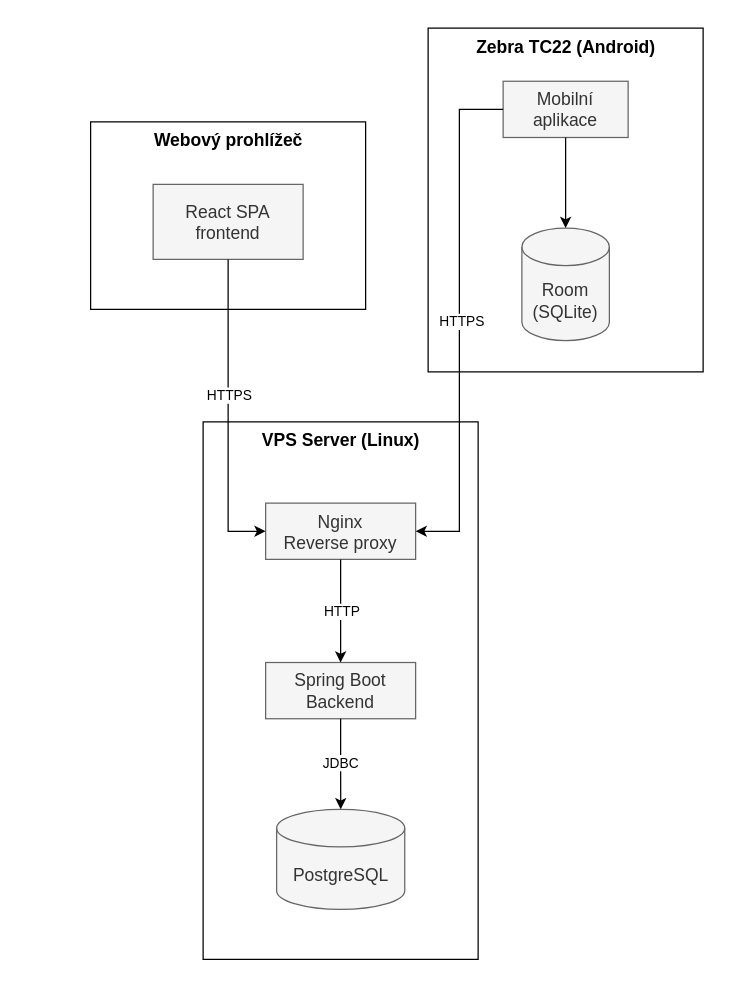
This is thesis/diagrams/system-architecture.drawio from ondrasovka04/majetek, a draw.io file, before an edit. Source tidied: cells renumbered, new cells numbered last; positions are measured from the earlier drawing's top-left corner, leaving out a move shared by most shapes. Both pictures are drawn from the tidied source at 125%, with x=0, y=0 at pixel (90, 21).
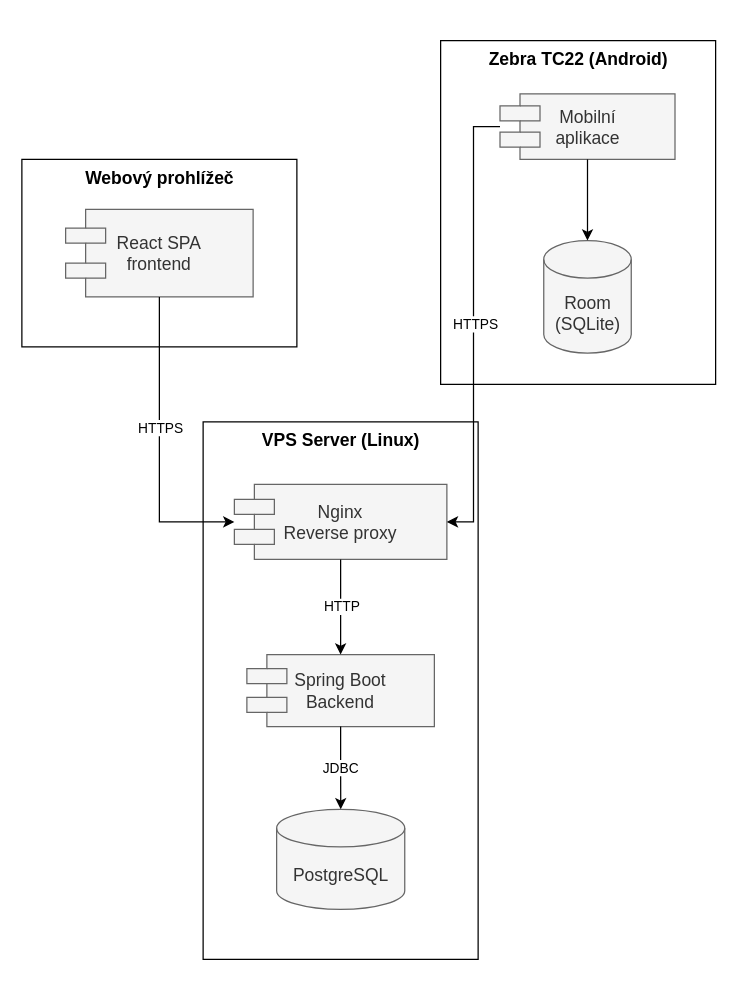
The same page after the edit.

Unchanged cells that the change refers to:
```xml
<mxCell id="12" style="group;" parent="1" vertex="1">
  <mxGeometry x="90" y="320" width="220" height="430" as="geometry" />
</mxCell>
```

Change to the diagram source:
```diff
@@
-    <mxCell id="2" style="group;" parent="1" vertex="1">
-      <mxGeometry x="270" width="220" height="280" as="geometry" />
+    <mxCell id="2" style="group;shape=component;" parent="1" vertex="1">
+      <mxGeometry x="280" y="10" width="220" height="280" as="geometry" />
     </mxCell>
@@
-    <mxCell id="5" value="&lt;span style=&quot;font-size: 14px;&quot;&gt;Mobilní&lt;/span&gt;&lt;div&gt;&lt;span style=&quot;font-size: 14px;&quot;&gt;aplikace&lt;/span&gt;&lt;/div&gt;" style="rounded=0;whiteSpace=wrap;html=1;fillColor=#f5f5f5;fontColor=#333333;strokeColor=#666666;" parent="2" vertex="1">
-      <mxGeometry x="60" y="47.5" width="100" height="45" as="geometry" />
+    <mxCell id="5" value="&lt;span style=&quot;font-size: 14px;&quot;&gt;Mobilní&lt;/span&gt;&lt;div&gt;&lt;span style=&quot;font-size: 14px;&quot;&gt;aplikace&lt;/span&gt;&lt;/div&gt;" style="rounded=0;whiteSpace=wrap;html=1;fillColor=#f5f5f5;fontColor=#333333;strokeColor=#666666;shape=component;" parent="2" vertex="1">
+      <mxGeometry x="47.5" y="47.5" width="140" height="52.5" as="geometry" />
     </mxCell>
     <mxCell id="6" value="&lt;font style=&quot;font-size: 14px;&quot;&gt;Room&lt;/font&gt;&lt;div&gt;&lt;font style=&quot;font-size: 14px;&quot;&gt;(SQLite)&lt;/font&gt;&lt;/div&gt;" style="shape=cylinder3;whiteSpace=wrap;html=1;boundedLbl=1;backgroundOutline=1;size=15;fillColor=#f5f5f5;fontColor=#333333;strokeColor=#666666;" parent="2" vertex="1">
-      <mxGeometry x="75" y="165" width="70" height="90" as="geometry" />
+      <mxGeometry x="82.5" y="165" width="70" height="90" as="geometry" />
     </mxCell>
@@
     <mxCell id="8" style="group;" parent="1" vertex="1">
-      <mxGeometry y="80" width="220" height="150" as="geometry" />
+      <mxGeometry x="-40" y="110" width="220" height="150" as="geometry" />
     </mxCell>
     <mxCell id="9" style="rounded=0;whiteSpace=wrap;html=1;align=center;" parent="8" vertex="1">
-      <mxGeometry width="220" height="150" as="geometry" />
+      <mxGeometry x="-15" width="220" height="150" as="geometry" />
     </mxCell>
     <mxCell id="10" value="&lt;b&gt;&lt;font style=&quot;font-size: 14px;&quot;&gt;Webový prohlížeč&lt;/font&gt;&lt;/b&gt;" style="text;html=1;whiteSpace=wrap;strokeColor=none;fillColor=none;align=center;verticalAlign=middle;rounded=0;" parent="8" vertex="1">
-      <mxGeometry x="32.5" width="155" height="30" as="geometry" />
+      <mxGeometry x="17.5" width="155" height="30" as="geometry" />
     </mxCell>
-    <mxCell id="11" value="&lt;font style=&quot;font-size: 14px;&quot;&gt;React SPA&lt;/font&gt;&lt;div&gt;&lt;font style=&quot;font-size: 14px;&quot;&gt;frontend&lt;/font&gt;&lt;/div&gt;" style="rounded=0;whiteSpace=wrap;html=1;fillColor=#f5f5f5;fontColor=#333333;strokeColor=#666666;" parent="8" vertex="1">
-      <mxGeometry x="50" y="50" width="120" height="60" as="geometry" />
+    <mxCell id="11" value="&lt;font style=&quot;font-size: 14px;&quot;&gt;React SPA&lt;/font&gt;&lt;div&gt;&lt;font style=&quot;font-size: 14px;&quot;&gt;frontend&lt;/font&gt;&lt;/div&gt;" style="rounded=0;whiteSpace=wrap;html=1;fillColor=#f5f5f5;fontColor=#333333;strokeColor=#666666;shape=component;" parent="8" vertex="1">
+      <mxGeometry x="20" y="40" width="150" height="70" as="geometry" />
     </mxCell>
@@
-    <mxCell id="15" value="&lt;span style=&quot;font-size: 14px;&quot;&gt;Nginx&lt;/span&gt;&lt;div&gt;&lt;span style=&quot;font-size: 14px;&quot;&gt;Reverse proxy&lt;/span&gt;&lt;/div&gt;" style="rounded=0;whiteSpace=wrap;html=1;fillColor=#f5f5f5;fontColor=#333333;strokeColor=#666666;" parent="12" vertex="1">
-      <mxGeometry x="50" y="65" width="120" height="45" as="geometry" />
+    <mxCell id="15" value="&lt;span style=&quot;font-size: 14px;&quot;&gt;Nginx&lt;/span&gt;&lt;div&gt;&lt;span style=&quot;font-size: 14px;&quot;&gt;Reverse proxy&lt;/span&gt;&lt;/div&gt;" style="rounded=0;whiteSpace=wrap;html=1;fillColor=#f5f5f5;fontColor=#333333;strokeColor=#666666;shape=component;" parent="12" vertex="1">
+      <mxGeometry x="25" y="50" width="170" height="60" as="geometry" />
     </mxCell>
@@
-    <mxCell id="17" value="&lt;span style=&quot;font-size: 14px;&quot;&gt;Spring Boot&lt;/span&gt;&lt;div&gt;&lt;span style=&quot;font-size: 14px;&quot;&gt;Backend&lt;/span&gt;&lt;/div&gt;" style="rounded=0;whiteSpace=wrap;html=1;fillColor=#f5f5f5;fontColor=#333333;strokeColor=#666666;" parent="12" vertex="1">
-      <mxGeometry x="50" y="192.5" width="120" height="45" as="geometry" />
+    <mxCell id="17" value="&lt;span style=&quot;font-size: 14px;&quot;&gt;Spring Boot&lt;/span&gt;&lt;div&gt;&lt;span style=&quot;font-size: 14px;&quot;&gt;Backend&lt;/span&gt;&lt;/div&gt;" style="rounded=0;whiteSpace=wrap;html=1;fillColor=#f5f5f5;fontColor=#333333;strokeColor=#666666;shape=component;" parent="12" vertex="1">
+      <mxGeometry x="35" y="186.2" width="150" height="57.5" as="geometry" />
     </mxCell>
```
